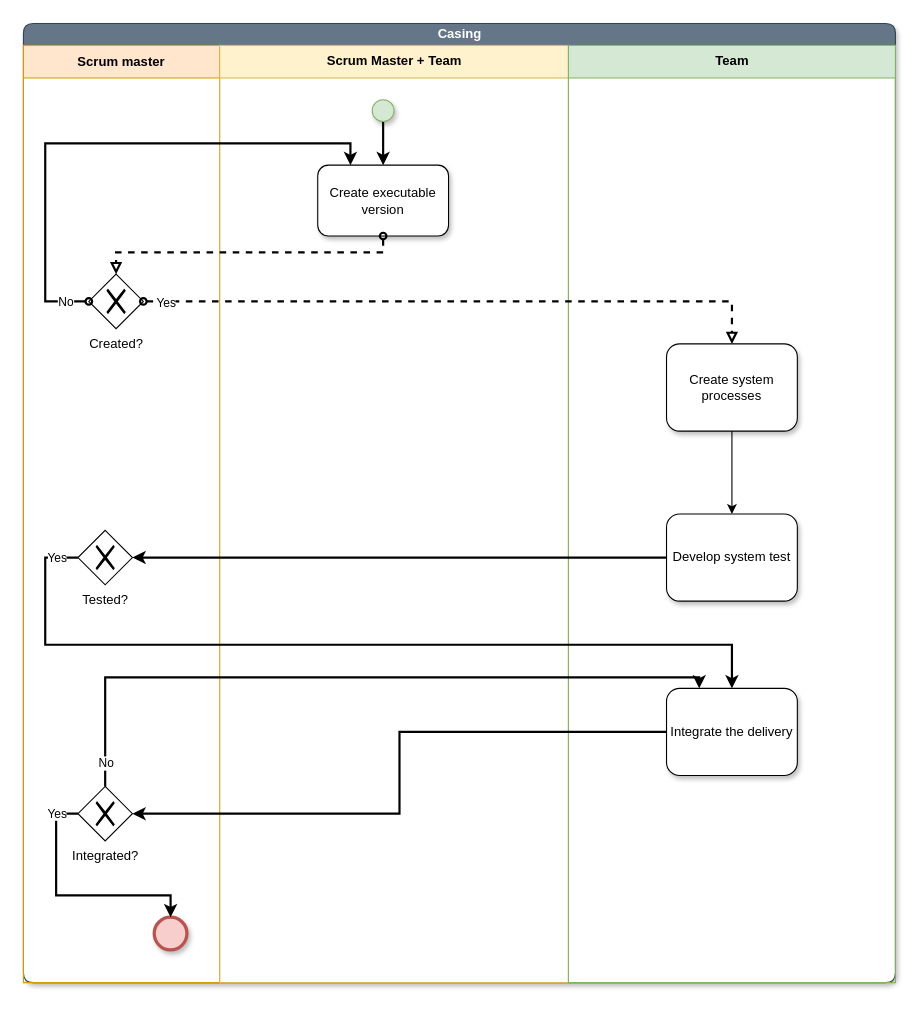
The draw.io diagram page "Casing" (7 of 11) of BPMN_Pre-game.drawio in JavierCabreraDev/Metodologia_Practica, before the edit. Source tidied: cells renumbered, new cells numbered last; positions are measured from the earlier drawing's top-left corner, leaving out a move shared by most shapes. Both pictures are drawn from the tidied source at 109%, with x=0, y=0 at pixel (23, 23).
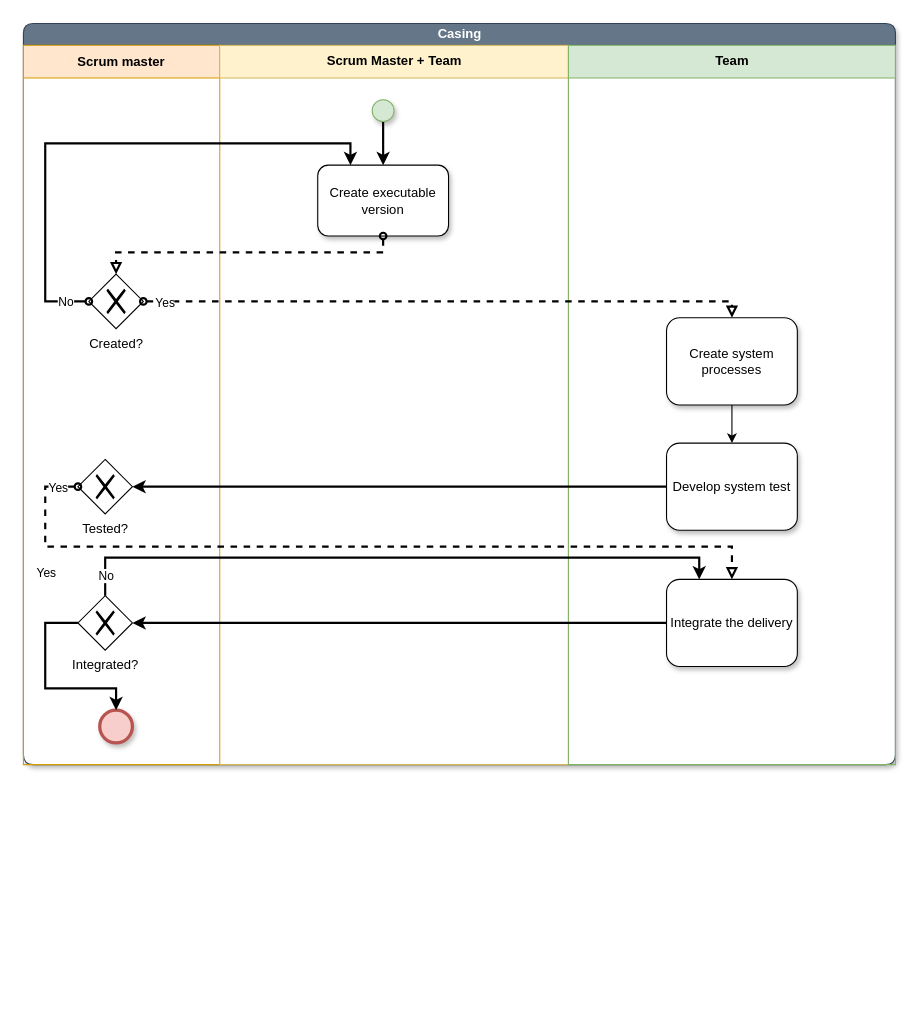
Above is the later version.

Diff of the diagram source:
```diff
@@
     <mxCell id="2" value="Casing" style="swimlane;html=1;startSize=20;shadow=1;glass=0;swimlaneFillColor=#ffffff;fillColor=#647687;strokeColor=#314354;fontColor=#ffffff;rounded=1;" parent="1" vertex="1">
-      <mxGeometry width="800" height="880" as="geometry" />
+      <mxGeometry width="800" height="680" as="geometry" />
     </mxCell>
     <mxCell id="3" value="Scrum master" style="swimlane;startSize=30;fillColor=#ffe6cc;strokeColor=#d79b00;" parent="2" vertex="1">
-      <mxGeometry y="20" width="180" height="860" as="geometry" />
+      <mxGeometry y="20" width="180" height="660" as="geometry" />
     </mxCell>
@@
     <mxCell id="5" value="Tested?" style="shape=mxgraph.bpmn.shape;html=1;verticalLabelPosition=bottom;labelBackgroundColor=#ffffff;verticalAlign=top;align=center;perimeter=rhombusPerimeter;background=gateway;outlineConnect=0;outline=none;symbol=exclusiveGw;" parent="3" vertex="1">
-      <mxGeometry x="50" y="445" width="50" height="50" as="geometry" />
+      <mxGeometry x="50" y="380" width="50" height="50" as="geometry" />
     </mxCell>
     <mxCell id="6" value="Integrated?" style="shape=mxgraph.bpmn.shape;html=1;verticalLabelPosition=bottom;labelBackgroundColor=#ffffff;verticalAlign=top;align=center;perimeter=rhombusPerimeter;background=gateway;outlineConnect=0;outline=none;symbol=exclusiveGw;" parent="3" vertex="1">
-      <mxGeometry x="50" y="680" width="50" height="50" as="geometry" />
+      <mxGeometry x="50" y="505" width="50" height="50" as="geometry" />
     </mxCell>
     <mxCell id="7" value="Scrum Master + Team" style="swimlane;html=1;startSize=30;fillColor=#fff2cc;strokeColor=#d6b656;shadow=0;" parent="2" vertex="1">
-      <mxGeometry x="180" y="20" width="320" height="860" as="geometry" />
+      <mxGeometry x="180" y="20" width="320" height="660" as="geometry" />
     </mxCell>
     <mxCell id="8" value="Team" style="swimlane;html=1;startSize=30;fillColor=#d5e8d4;strokeColor=#82b366;rounded=0;shadow=0;" parent="2" vertex="1">
-      <mxGeometry x="500" y="20" width="300" height="860" as="geometry" />
+      <mxGeometry x="500" y="20" width="300" height="660" as="geometry" />
     </mxCell>
@@
     <mxCell id="16" value="Create system processes" style="shape=ext;rounded=1;html=1;whiteSpace=wrap;shadow=1;glass=0;gradientColor=none;" parent="1" vertex="1">
-      <mxGeometry x="590" y="294" width="120" height="80" as="geometry" />
+      <mxGeometry x="590" y="270" width="120" height="80" as="geometry" />
     </mxCell>
@@
     <mxCell id="19" value="Develop system test" style="shape=ext;rounded=1;html=1;whiteSpace=wrap;shadow=1;glass=0;gradientColor=none;" parent="1" vertex="1">
-      <mxGeometry x="590" y="450" width="120" height="80" as="geometry" />
+      <mxGeometry x="590" y="385" width="120" height="80" as="geometry" />
     </mxCell>
@@
     <mxCell id="22" value="Integrate the delivery" style="shape=ext;rounded=1;html=1;whiteSpace=wrap;shadow=1;glass=0;gradientColor=none;" parent="1" vertex="1">
-      <mxGeometry x="590" y="610" width="120" height="80" as="geometry" />
+      <mxGeometry x="590" y="510" width="120" height="80" as="geometry" />
     </mxCell>
-    <mxCell id="23" style="edgeStyle=orthogonalEdgeStyle;rounded=0;jettySize=auto;html=1;startArrow=none;startFill=0;endArrow=classic;endFill=1;strokeWidth=2;" parent="1" edge="1" source="5" target="22">
+    <mxCell id="23" style="edgeStyle=orthogonalEdgeStyle;rounded=0;jettySize=auto;html=1;startArrow=oval;startFill=0;endArrow=block;endFill=0;strokeWidth=2;dashed=1;" parent="1" edge="1" source="5" target="22">
       <mxGeometry relative="1" as="geometry">
         <Array as="points">
-          <mxPoint x="20" y="490" />
-          <mxPoint x="20" y="570" />
-          <mxPoint x="650" y="570" />
+          <mxPoint x="20" y="425" />
+          <mxPoint x="20" y="480" />
+          <mxPoint x="650" y="480" />
         </Array>
       </mxGeometry>
     </mxCell>
@@
     <mxCell id="25" style="shape=mxgraph.bpmn.shape;html=1;verticalLabelPosition=bottom;labelBackgroundColor=#ffffff;verticalAlign=top;align=center;perimeter=ellipsePerimeter;outlineConnect=0;outline=end;symbol=general;rounded=0;shadow=1;glass=0;fillColor=#f8cecc;strokeColor=#b85450;" parent="1" vertex="1">
-      <mxGeometry x="120" y="820" width="30" height="30" as="geometry" />
+      <mxGeometry x="70" y="630" width="30" height="30" as="geometry" />
     </mxCell>
     <mxCell id="26" style="edgeStyle=orthogonalEdgeStyle;rounded=0;jettySize=auto;html=1;entryX=0.25;entryY=0;entryDx=0;entryDy=0;startArrow=none;startFill=0;endArrow=classic;endFill=1;strokeWidth=2;" parent="1" edge="1" source="6" target="22">
       <mxGeometry relative="1" as="geometry">
         <Array as="points">
-          <mxPoint x="75" y="600" />
-          <mxPoint x="620" y="600" />
+          <mxPoint x="75" y="490" />
+          <mxPoint x="620" y="490" />
         </Array>
       </mxGeometry>
     </mxCell>
@@
     <mxCell id="28" style="edgeStyle=orthogonalEdgeStyle;rounded=0;jettySize=auto;html=1;entryX=0.5;entryY=0;entryDx=0;entryDy=0;startArrow=none;startFill=0;endArrow=classic;endFill=1;strokeWidth=2;" parent="1" edge="1" source="6" target="25">
       <mxGeometry relative="1" as="geometry">
         <Array as="points">
-          <mxPoint x="30" y="725" />
-          <mxPoint x="30" y="800" />
-          <mxPoint x="135" y="800" />
+          <mxPoint x="20" y="550" />
+          <mxPoint x="20" y="610" />
+          <mxPoint x="85" y="610" />
         </Array>
       </mxGeometry>
     </mxCell>
     <mxCell id="29" value="Yes" style="edgeLabel;html=1;align=center;verticalAlign=middle;" parent="28" vertex="1">
       <mxGeometry x="-0.66" y="-3" relative="1" as="geometry">
-        <mxPoint x="3" y="-17.1" as="offset" />
+        <mxPoint x="3" y="-47" as="offset" />
       </mxGeometry>
     </mxCell>
```
